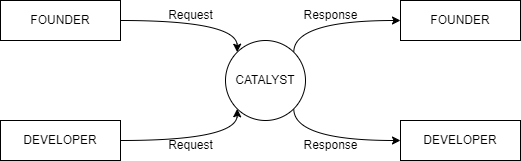
Gokuldevx/catalyst keeps this draw.io diagram as design/Level0_DFD.png. Above is the earlier version. Source tidied: cells renumbered, new cells last; positions are measured from the earlier drawing's top-left corner, leaving out a move shared by most shapes.
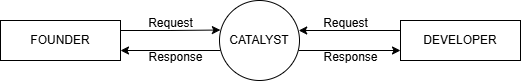
After the change.

Diff of the diagram source:
```diff
@@ -2,60 +2,38 @@
   <root>
     <mxCell id="0" />
     <mxCell id="1" parent="0" />
+    <mxCell id="3" value="FOUNDER" style="rounded=0;whiteSpace=wrap;html=1;" parent="1" vertex="1">
+      <mxGeometry x="20" y="60" width="120" height="40" as="geometry" />
+    </mxCell>
+    <mxCell id="9" style="edgeStyle=orthogonalEdgeStyle;rounded=0;jettySize=auto;html=1;entryX=0;entryY=0.75;entryDx=0;entryDy=0;exitX=0.988;exitY=0.625;exitDx=0;exitDy=0;exitPerimeter=0;" parent="1" edge="1" source="10" target="6">
+      <mxGeometry relative="1" as="geometry" />
+    </mxCell>
+    <mxCell id="6" value="DEVELOPER" style="rounded=0;whiteSpace=wrap;html=1;" parent="1" vertex="1">
+      <mxGeometry x="420" y="60" width="120" height="40" as="geometry" />
+    </mxCell>
+    <mxCell id="10" value="CATALYST" style="ellipse;whiteSpace=wrap;html=1;" parent="1" vertex="1">
+      <mxGeometry x="239" y="40" width="80" height="80" as="geometry" />
+    </mxCell>
+    <mxCell id="15" style="edgeStyle=orthogonalEdgeStyle;rounded=0;jettySize=auto;html=1;exitX=0;exitY=0.25;exitDx=0;exitDy=0;entryX=0.99;entryY=0.375;entryDx=0;entryDy=0;entryPerimeter=0;" parent="1" edge="1" source="6" target="10">
+      <mxGeometry relative="1" as="geometry" />
+    </mxCell>
-    <mxCell id="2" style="edgeStyle=orthogonalEdgeStyle;curved=1;rounded=0;jettySize=auto;html=1;exitX=1;exitY=0.5;exitDx=0;exitDy=0;entryX=0;entryY=0;entryDx=0;entryDy=0;" parent="1" edge="1" source="3" target="10">
-      <mxGeometry relative="1" as="geometry">
-        <Array as="points">
-          <mxPoint x="237" y="20" />
-        </Array>
-      </mxGeometry>
+    <mxCell id="2" style="edgeStyle=orthogonalEdgeStyle;rounded=0;jettySize=auto;html=1;exitX=1;exitY=0.25;exitDx=0;exitDy=0;entryX=0.011;entryY=0.369;entryDx=0;entryDy=0;entryPerimeter=0;" parent="1" edge="1" source="3" target="10">
+      <mxGeometry relative="1" as="geometry" />
     </mxCell>
-    <mxCell id="3" value="FOUNDER" style="rounded=0;whiteSpace=wrap;html=1;" parent="1" vertex="1">
-      <mxGeometry width="120" height="40" as="geometry" />
-    </mxCell>
-    <mxCell id="4" style="edgeStyle=orthogonalEdgeStyle;curved=1;rounded=0;jettySize=auto;html=1;exitX=1;exitY=0.5;exitDx=0;exitDy=0;entryX=0;entryY=1;entryDx=0;entryDy=0;" parent="1" edge="1" source="5" target="10">
-      <mxGeometry relative="1" as="geometry">
-        <Array as="points">
-          <mxPoint x="237" y="140" />
-        </Array>
-      </mxGeometry>
-    </mxCell>
-    <mxCell id="5" value="DEVELOPER" style="rounded=0;whiteSpace=wrap;html=1;" parent="1" vertex="1">
-      <mxGeometry y="120" width="120" height="40" as="geometry" />
-    </mxCell>
-    <mxCell id="6" value="DEVELOPER" style="rounded=0;whiteSpace=wrap;html=1;" parent="1" vertex="1">
-      <mxGeometry x="400" y="120" width="120" height="40" as="geometry" />
-    </mxCell>
-    <mxCell id="7" value="FOUNDER" style="rounded=0;whiteSpace=wrap;html=1;" parent="1" vertex="1">
-      <mxGeometry x="400" width="120" height="40" as="geometry" />
-    </mxCell>
-    <mxCell id="8" style="edgeStyle=orthogonalEdgeStyle;curved=1;rounded=0;jettySize=auto;html=1;exitX=1;exitY=0;exitDx=0;exitDy=0;entryX=0;entryY=0.5;entryDx=0;entryDy=0;" parent="1" edge="1" source="10" target="7">
-      <mxGeometry relative="1" as="geometry">
-        <Array as="points">
-          <mxPoint x="293" y="20" />
-        </Array>
-      </mxGeometry>
-    </mxCell>
-    <mxCell id="9" style="edgeStyle=orthogonalEdgeStyle;curved=1;rounded=0;jettySize=auto;html=1;exitX=1;exitY=1;exitDx=0;exitDy=0;" parent="1" edge="1" source="10" target="6">
-      <mxGeometry relative="1" as="geometry">
-        <Array as="points">
-          <mxPoint x="293" y="140" />
-        </Array>
-      </mxGeometry>
-    </mxCell>
-    <mxCell id="10" value="CATALYST" style="ellipse;whiteSpace=wrap;html=1;" parent="1" vertex="1">
-      <mxGeometry x="225" y="40" width="80" height="80" as="geometry" />
-    </mxCell>
-    <mxCell id="11" value="Request" style="text;html=1;align=center;verticalAlign=middle;strokeColor=none;fillColor=none;" parent="1" vertex="1">
-      <mxGeometry x="155" width="70" height="30" as="geometry" />
-    </mxCell>
-    <mxCell id="12" value="Request" style="text;html=1;align=center;verticalAlign=middle;strokeColor=none;fillColor=none;" parent="1" vertex="1">
-      <mxGeometry x="155" y="130" width="70" height="30" as="geometry" />
-    </mxCell>
-    <mxCell id="13" value="Response" style="text;html=1;align=center;verticalAlign=middle;strokeColor=none;fillColor=none;" parent="1" vertex="1">
-      <mxGeometry x="290" width="80" height="30" as="geometry" />
-    </mxCell>
-    <mxCell id="14" value="Response" style="text;html=1;align=center;verticalAlign=middle;strokeColor=none;fillColor=none;" parent="1" vertex="1">
-      <mxGeometry x="290" y="130" width="80" height="30" as="geometry" />
-    </mxCell>
+    <mxCell id="16" style="edgeStyle=orthogonalEdgeStyle;rounded=0;jettySize=auto;html=1;exitX=0.012;exitY=0.625;exitDx=0;exitDy=0;entryX=1;entryY=0.75;entryDx=0;entryDy=0;exitPerimeter=0;" parent="1" edge="1" source="10" target="3">
+      <mxGeometry relative="1" as="geometry" />
+    </mxCell>
+    <mxCell id="17" value="Request" style="text;html=1;align=center;verticalAlign=middle;strokeColor=none;fillColor=none;" parent="1" vertex="1">
+      <mxGeometry x="155" y="48" width="70" height="30" as="geometry" />
+    </mxCell>
+    <mxCell id="18" value="Response" style="text;html=1;align=center;verticalAlign=middle;strokeColor=none;fillColor=none;" parent="1" vertex="1">
+      <mxGeometry x="155" y="82" width="80" height="30" as="geometry" />
+    </mxCell>
+    <mxCell id="19" value="Response" style="text;html=1;align=center;verticalAlign=middle;strokeColor=none;fillColor=none;" parent="1" vertex="1">
+      <mxGeometry x="330" y="82" width="80" height="30" as="geometry" />
+    </mxCell>
+    <mxCell id="20" value="Request" style="text;html=1;align=center;verticalAlign=middle;strokeColor=none;fillColor=none;" parent="1" vertex="1">
+      <mxGeometry x="330" y="48" width="70" height="30" as="geometry" />
+    </mxCell>
   </root>
 </mxGraphModel>
```
